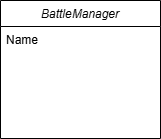
Earlier version of the draw.io export 제목 없는 다이어그램.drawio.png (hae-seung/myrepo). Source tidied: cells renumbered, new cells last; positions are measured from the earlier drawing's top-left corner, leaving out a move shared by most shapes.
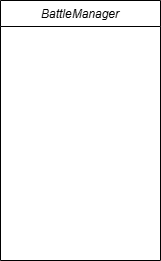
The same diagram one commit later.

Commit message:
제목 없는 다이어그램.drawio.png 업데이트

Diff of the diagram source:
```diff
@@ -3,10 +3,7 @@
     <mxCell id="0" />
     <mxCell id="1" parent="0" />
     <mxCell id="2" value="BattleManager" style="swimlane;fontStyle=2;align=center;verticalAlign=top;horizontal=1;startSize=26;rounded=0;shadow=0;strokeWidth=1;" parent="1" vertex="1">
-      <mxGeometry width="160" height="138" as="geometry" />
+      <mxGeometry width="160" height="260" as="geometry" />
     </mxCell>
-    <mxCell id="3" value="Name" style="text;align=left;verticalAlign=top;spacingLeft=4;spacingRight=4;overflow=hidden;" parent="2" vertex="1">
-      <mxGeometry y="26" width="160" height="26" as="geometry" />
-    </mxCell>
   </root>
 </mxGraphModel>
```
